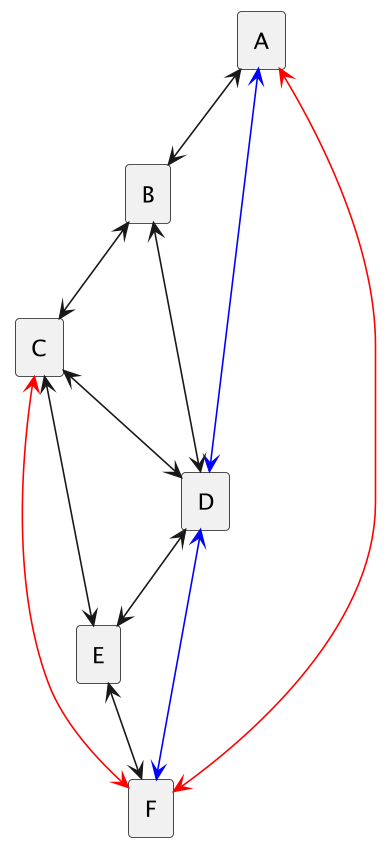
Before: agencesVoyages/trajetsV1.png, a diagram exported from PlantUML (EmmanuelADAM/jade). Source of this version:
```plantuml
@startuml RequestInitiator
hide empty description
rectangle A
rectangle B
rectangle C
rectangle D
rectangle E
rectangle F
A <--> B
A <--[#blue]> D
B <--> C
B <--> D
C <--> D
C <--> E
D <--> E
D <--[#blue]> F
A <--[#red]> F
C <--[#red]> F
E <--> F




@enduml
```
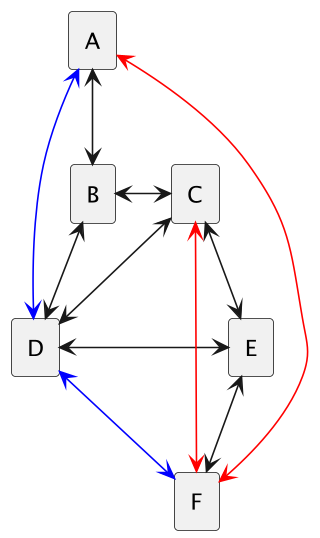
Above is the later version.

The edit, as a diff of the source:
```diff
@@ -1,4 +1,4 @@
-@startuml RequestInitiator
+@startuml trajetsV1
 hide empty description
 rectangle A
 rectangle B
@@ -7,18 +7,16 @@
 rectangle E
 rectangle F
 A <--> B
-A <--[#blue]> D
-B <--> C
-B <--> D
+A <-[#blue]> D
+B <-> C
+B <-> D
 C <--> D
-C <--> E
-D <--> E
-D <--[#blue]> F
-A <--[#red]> F
-C <--[#red]> F
+C <-> E
+D <-> E
+D <-[#blue]> F
+A <-[#red]> F
+C <-[#red]> F
 E <--> F
 
 
-
-
 @enduml
```
